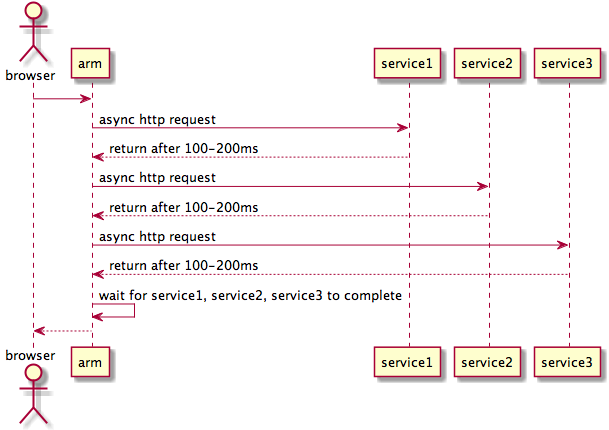
trungpham/benchmark keeps this PlantUML diagram as benchmark.png. Above is the earlier version. Its diagram source:
```plantuml
@startuml
actor browser

participant arm

participant service1
participant service2
participant service3

browser -> arm
arm -> service1: async http request
service1 --> arm: return after 100-200ms
arm -> service2: async http request
service2 --> arm: return after 100-200ms
arm -> service3: async http request
service3 --> arm: return after 100-200ms
arm -> arm : wait for service1, service2, service3 to complete
arm --> browser

@enduml
```
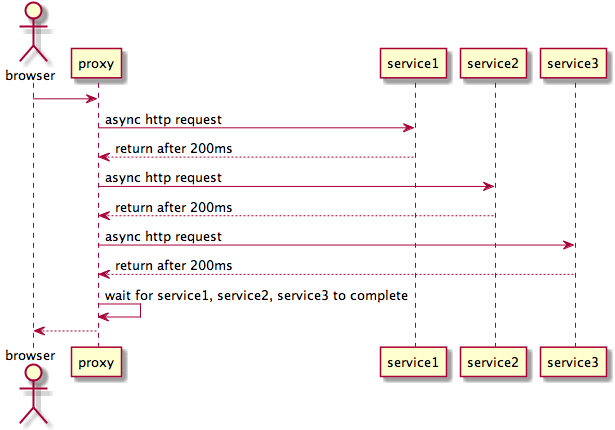
After the change.

Change to the diagram source:
```diff
@@ -1,20 +1,20 @@
 @startuml
 actor browser
 
-participant arm
+participant proxy
 
 participant service1
 participant service2
 participant service3
 
-browser -> arm
-arm -> service1: async http request
-service1 --> arm: return after 100-200ms
-arm -> service2: async http request
-service2 --> arm: return after 100-200ms
-arm -> service3: async http request
-service3 --> arm: return after 100-200ms
-arm -> arm : wait for service1, service2, service3 to complete
-arm --> browser
+browser -> proxy
+proxy -> service1: async http request
+service1 --> proxy: return after 200ms
+proxy -> service2: async http request
+service2 --> proxy: return after 200ms
+proxy -> service3: async http request
+service3 --> proxy: return after 200ms
+proxy -> proxy : wait for service1, service2, service3 to complete
+proxy --> browser
 
 @enduml
```
